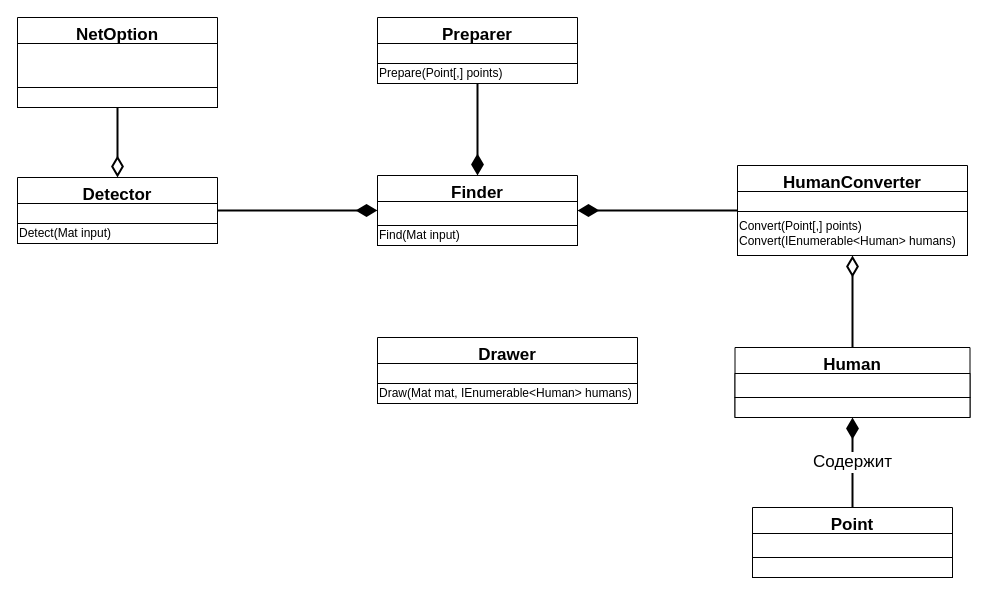
The draw.io diagram page "Detecting" (4 of 11) of Engineering/Packets-specify.drawio in GoldGreen/Skeletonization, before the edit. Source tidied: cells renumbered, new cells numbered last; positions are measured from the earlier drawing's top-left corner, leaving out a move shared by most shapes. Both pictures are drawn from the tidied source at 100%, with x=0, y=0 at pixel (17, 17).
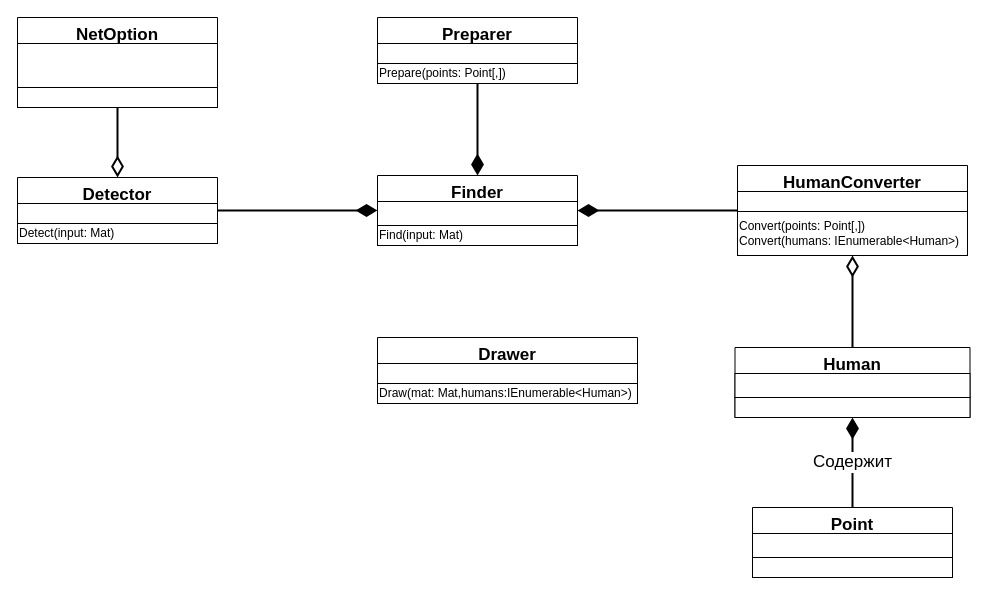
The same diagram, later.

Unchanged cells that the change refers to:
```xml
<mxCell id="3" value="Detector" style="swimlane;fontStyle=1;align=center;verticalAlign=top;horizontal=1;startSize=26;fontSize=17;" parent="1" vertex="1">
  <mxGeometry y="160" width="200" height="66" as="geometry" />
</mxCell>
<mxCell id="10" value="Finder" style="swimlane;fontStyle=1;align=center;verticalAlign=top;horizontal=1;startSize=26;fontSize=17;" parent="1" vertex="1">
  <mxGeometry x="360" y="158" width="200" height="70" as="geometry" />
</mxCell>
<mxCell id="14" value="HumanConverter" style="swimlane;fontStyle=1;align=center;verticalAlign=top;horizontal=1;startSize=26;fontSize=17;" parent="1" vertex="1">
  <mxGeometry x="720" y="148" width="230" height="90" as="geometry" />
</mxCell>
<mxCell id="17" value="Drawer" style="swimlane;fontStyle=1;align=center;verticalAlign=top;horizontal=1;startSize=26;fontSize=17;" parent="1" vertex="1">
  <mxGeometry x="360" y="320" width="260" height="66" as="geometry" />
</mxCell>
<mxCell id="20" value="Preparer" style="swimlane;fontStyle=1;align=center;verticalAlign=top;horizontal=1;startSize=26;fontSize=17;" parent="1" vertex="1">
  <mxGeometry x="360" width="200" height="66" as="geometry" />
</mxCell>
```

Change to the diagram source:
```diff
@@
-    <mxCell id="5" value="Detect(Mat input)" style="rounded=0;whiteSpace=wrap;html=1;fontFamily=Helvetica;fontSize=12;fontColor=default;startSize=26;strokeColor=default;fillColor=default;align=left;" parent="3" vertex="1">
+    <mxCell id="5" value="Detect(input: Mat)" style="rounded=0;whiteSpace=wrap;html=1;fontFamily=Helvetica;fontSize=12;fontColor=default;startSize=26;strokeColor=default;fillColor=default;align=left;" parent="3" vertex="1">
       <mxGeometry y="46" width="200" height="20" as="geometry" />
     </mxCell>
@@
-    <mxCell id="12" value="Find(Mat input)" style="rounded=0;whiteSpace=wrap;html=1;fontFamily=Helvetica;fontSize=12;fontColor=default;startSize=26;strokeColor=default;fillColor=default;align=left;" parent="10" vertex="1">
+    <mxCell id="12" value="Find(input: Mat)" style="rounded=0;whiteSpace=wrap;html=1;fontFamily=Helvetica;fontSize=12;fontColor=default;startSize=26;strokeColor=default;fillColor=default;align=left;" parent="10" vertex="1">
       <mxGeometry y="50" width="200" height="20" as="geometry" />
     </mxCell>
@@
-    <mxCell id="16" value="Convert(Point[,] points)&lt;br&gt;Convert(IEnumerable&amp;lt;Human&amp;gt; humans)" style="rounded=0;whiteSpace=wrap;html=1;fontFamily=Helvetica;fontSize=12;fontColor=default;startSize=26;strokeColor=default;fillColor=default;align=left;" parent="14" vertex="1">
+    <mxCell id="16" value="Convert(points: Point[,])&lt;br&gt;Convert(humans: IEnumerable&amp;lt;Human&amp;gt;)" style="rounded=0;whiteSpace=wrap;html=1;fontFamily=Helvetica;fontSize=12;fontColor=default;startSize=26;strokeColor=default;fillColor=default;align=left;" parent="14" vertex="1">
       <mxGeometry y="46" width="230" height="44" as="geometry" />
     </mxCell>
@@
-    <mxCell id="19" value="Draw(Mat mat, IEnumerable&amp;lt;Human&amp;gt; humans)" style="rounded=0;whiteSpace=wrap;html=1;fontFamily=Helvetica;fontSize=12;fontColor=default;startSize=26;strokeColor=default;fillColor=default;align=left;" parent="17" vertex="1">
+    <mxCell id="19" value="Draw(mat: Mat,humans:IEnumerable&amp;lt;Human&amp;gt;)" style="rounded=0;whiteSpace=wrap;html=1;fontFamily=Helvetica;fontSize=12;fontColor=default;startSize=26;strokeColor=default;fillColor=default;align=left;" parent="17" vertex="1">
       <mxGeometry y="46" width="260" height="20" as="geometry" />
     </mxCell>
@@
-    <mxCell id="22" value="Prepare(Point[,] points)" style="rounded=0;whiteSpace=wrap;html=1;fontFamily=Helvetica;fontSize=12;fontColor=default;startSize=26;strokeColor=default;fillColor=default;align=left;" parent="20" vertex="1">
+    <mxCell id="22" value="Prepare(points: Point[,])" style="rounded=0;whiteSpace=wrap;html=1;fontFamily=Helvetica;fontSize=12;fontColor=default;startSize=26;strokeColor=default;fillColor=default;align=left;" parent="20" vertex="1">
       <mxGeometry y="46" width="200" height="20" as="geometry" />
     </mxCell>
```
